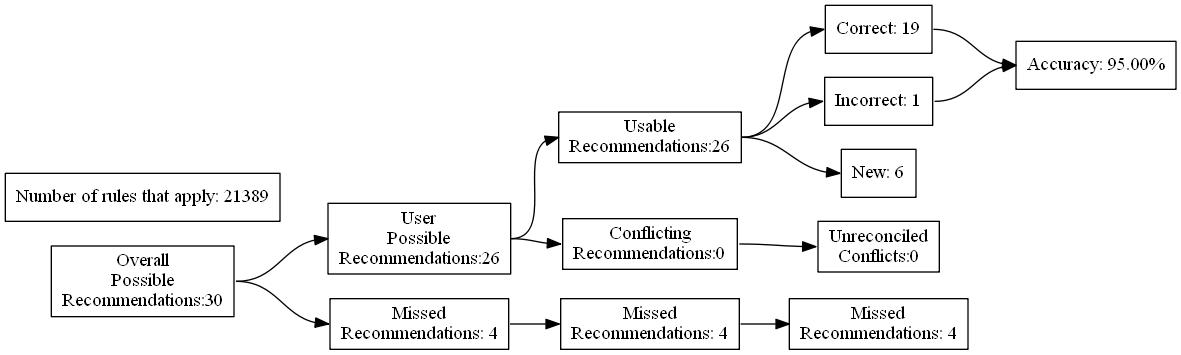
The Graphviz diagram test_renders/35.gv.png in ZaxR/ibd_diet_analysis, before a commit. Its source is kept beside it as test_renders/35.gv. Source of this version:
```dot
digraph {
	graph [rankdir=LR]
	node [pos=r shape=box]
	edge [headport=w tailport=e]
		A [label="Overall
Possible
Recommendations:30"]
		B [label="User
Possible
Recommendations:26"]
		C [label="Missed
Recommendations: 4"]
		D [label="Usable
Recommendations:26"]
		E [label="Conflicting
Recommendations:0"]
		J [label="Missed
Recommendations: 4"]
		M [label="Unreconciled
Conflicts:0"]
		F [label="Correct: 19"]
		G [label="Incorrect: 1"]
		H [label="New: 6"]
		K [label="Missed
Recommendations: 4"]
		I [label="Accuracy: 95.00%"]
		l [label="Number of rules that apply: 21389"]
			A -> B
			A -> C
			B -> D
			B -> E
			D -> F
			D -> G
			D -> H
			F -> I
			G -> I
			C -> J
			J -> K
			E -> M
}
```
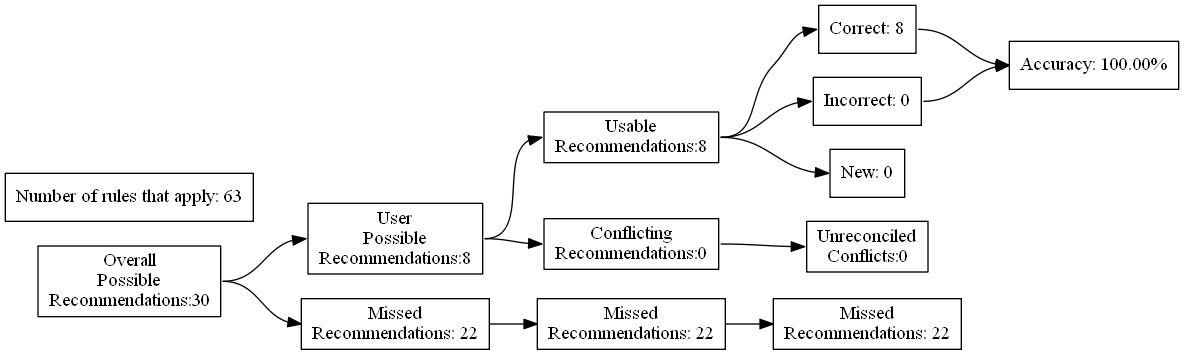
After the change.

What changed in the source:
```diff
@@ -7,24 +7,24 @@
 Recommendations:30"]
 		B [label="User
 Possible
-Recommendations:26"]
+Recommendations:8"]
 		C [label="Missed
-Recommendations: 4"]
+Recommendations: 22"]
 		D [label="Usable
-Recommendations:26"]
+Recommendations:8"]
 		E [label="Conflicting
 Recommendations:0"]
 		J [label="Missed
-Recommendations: 4"]
+Recommendations: 22"]
 		M [label="Unreconciled
 Conflicts:0"]
-		F [label="Correct: 19"]
-		G [label="Incorrect: 1"]
-		H [label="New: 6"]
+		F [label="Correct: 8"]
+		G [label="Incorrect: 0"]
+		H [label="New: 0"]
 		K [label="Missed
-Recommendations: 4"]
-		I [label="Accuracy: 95.00%"]
-		l [label="Number of rules that apply: 21389"]
+Recommendations: 22"]
+		I [label="Accuracy: 100.00%"]
+		l [label="Number of rules that apply: 63"]
 			A -> B
 			A -> C
 			B -> D
```
